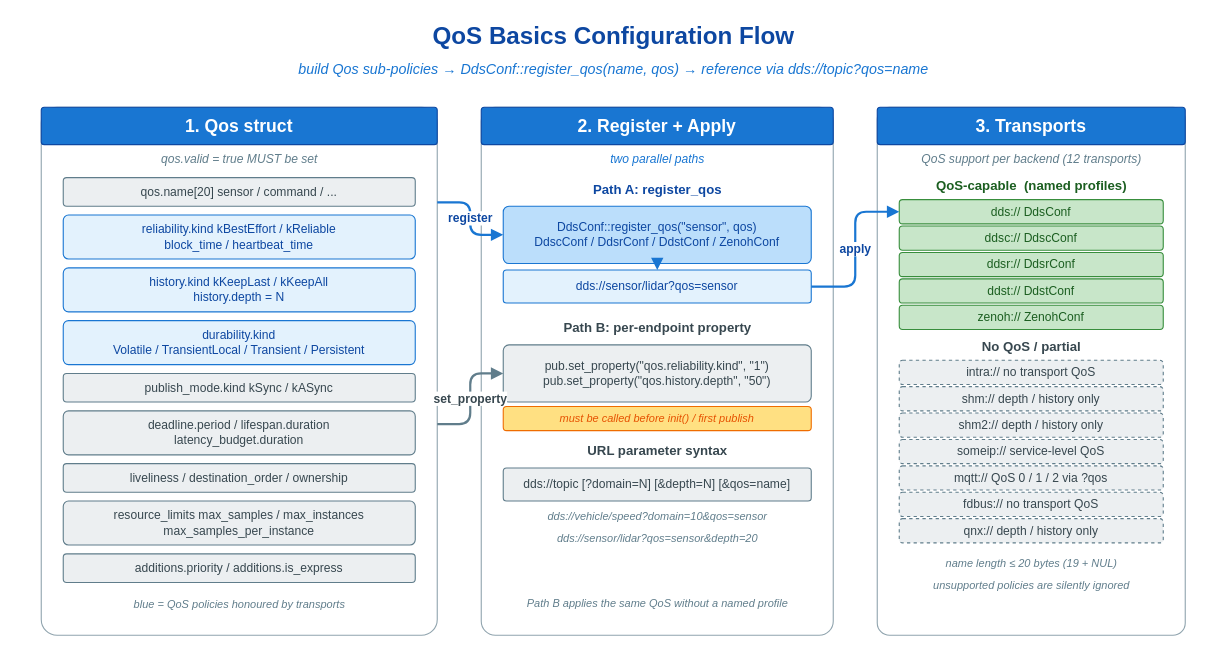
Earlier version of the draw.io diagram examples/qos/qos_basics/images/qos-basic-config.drawio (thun-res/vlink). Source tidied: cells renumbered, new cells numbered last; positions are measured from the earlier drawing's top-left corner, leaving out a move shared by most shapes. Both pictures are drawn from the tidied source at 110%, with x=0, y=0 at pixel (19, 19).
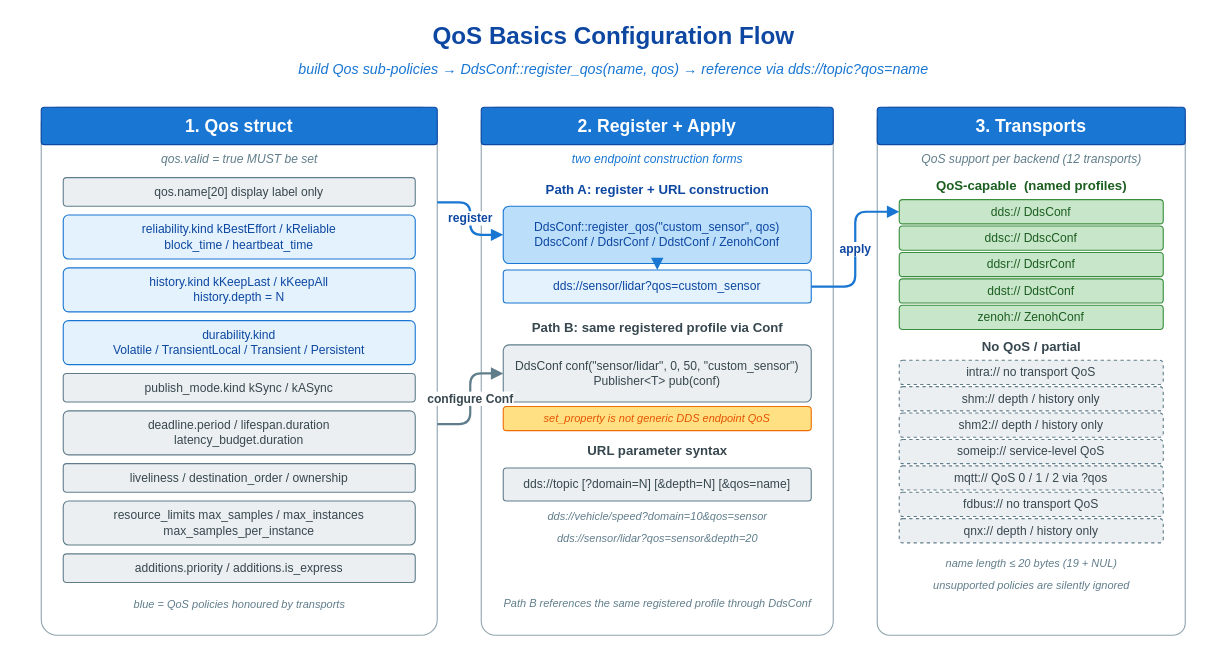
The same diagram, later.

Unchanged cells that the change refers to:
```xml
<mxCell id="4" style="rounded=1;whiteSpace=wrap;html=1;fillColor=#ffffff;strokeColor=#90a4ae;fontFamily=Helvetica;arcSize=4;shadow=0;" parent="1" vertex="1">
  <mxGeometry x="20" y="80" width="360" height="480" as="geometry" />
</mxCell>
```

Diff of the diagram source:
```diff
@@
-    <mxCell id="7" value="qos.name[20]   sensor / command / ..." style="rounded=1;whiteSpace=wrap;html=1;fillColor=#eceff1;strokeColor=#607d8b;fontFamily=Helvetica;fontSize=11;fontStyle=0;fontColor=#37474f;arcSize=12;shadow=0;" parent="1" vertex="1">
+    <mxCell id="7" value="qos.name[20]   display label only" style="rounded=1;whiteSpace=wrap;html=1;fillColor=#eceff1;strokeColor=#607d8b;fontFamily=Helvetica;fontSize=11;fontStyle=0;fontColor=#37474f;arcSize=12;shadow=0;" parent="1" vertex="1">
       <mxGeometry x="40" y="144" width="320" height="26" as="geometry" />
     </mxCell>
@@
-    <mxCell id="19" value="two parallel paths" style="text;html=1;align=center;verticalAlign=middle;strokeColor=none;fillColor=none;fontFamily=Helvetica;fontSize=11;fontStyle=2;fontColor=#1976d2;" parent="1" vertex="1">
+    <mxCell id="19" value="two endpoint construction forms" style="text;html=1;align=center;verticalAlign=middle;strokeColor=none;fillColor=none;fontFamily=Helvetica;fontSize=11;fontStyle=2;fontColor=#1976d2;" parent="1" vertex="1">
       <mxGeometry x="420" y="118" width="320" height="18" as="geometry" />
     </mxCell>
-    <mxCell id="20" value="Path A: register_qos" style="text;html=1;align=center;verticalAlign=middle;strokeColor=none;fillColor=none;fontFamily=Helvetica;fontSize=12;fontStyle=1;fontColor=#0d47a1;" parent="1" vertex="1">
+    <mxCell id="20" value="Path A: register + URL construction" style="text;html=1;align=center;verticalAlign=middle;strokeColor=none;fillColor=none;fontFamily=Helvetica;fontSize=12;fontStyle=1;fontColor=#0d47a1;" parent="1" vertex="1">
       <mxGeometry x="440" y="144" width="280" height="22" as="geometry" />
     </mxCell>
-    <mxCell id="21" value="DdsConf::register_qos(&quot;sensor&quot;, qos)&#10;DdscConf / DdsrConf / DdstConf / ZenohConf" style="rounded=1;whiteSpace=wrap;html=1;fillColor=#bbdefb;strokeColor=#1976d2;fontFamily=Helvetica;fontSize=11;fontStyle=0;fontColor=#0d47a1;arcSize=10;shadow=0;" parent="1" vertex="1">
+    <mxCell id="21" value="DdsConf::register_qos(&quot;custom_sensor&quot;, qos)&#10;DdscConf / DdsrConf / DdstConf / ZenohConf" style="rounded=1;whiteSpace=wrap;html=1;fillColor=#bbdefb;strokeColor=#1976d2;fontFamily=Helvetica;fontSize=11;fontStyle=0;fontColor=#0d47a1;arcSize=10;shadow=0;" parent="1" vertex="1">
       <mxGeometry x="440" y="170" width="280" height="52" as="geometry" />
     </mxCell>
-    <mxCell id="22" value="dds://sensor/lidar?qos=sensor" style="rounded=1;whiteSpace=wrap;html=1;fillColor=#e3f2fd;strokeColor=#1976d2;fontFamily=Helvetica;fontSize=11;fontStyle=0;fontColor=#0d47a1;arcSize=10;shadow=0;" parent="1" vertex="1">
+    <mxCell id="22" value="dds://sensor/lidar?qos=custom_sensor" style="rounded=1;whiteSpace=wrap;html=1;fillColor=#e3f2fd;strokeColor=#1976d2;fontFamily=Helvetica;fontSize=11;fontStyle=0;fontColor=#0d47a1;arcSize=10;shadow=0;" parent="1" vertex="1">
       <mxGeometry x="440" y="228" width="280" height="30" as="geometry" />
     </mxCell>
-    <mxCell id="23" value="Path B: per-endpoint property" style="text;html=1;align=center;verticalAlign=middle;strokeColor=none;fillColor=none;fontFamily=Helvetica;fontSize=12;fontStyle=1;fontColor=#37474f;" parent="1" vertex="1">
+    <mxCell id="23" value="Path B: same registered profile via Conf" style="text;html=1;align=center;verticalAlign=middle;strokeColor=none;fillColor=none;fontFamily=Helvetica;fontSize=12;fontStyle=1;fontColor=#37474f;" parent="1" vertex="1">
       <mxGeometry x="440" y="270" width="280" height="22" as="geometry" />
     </mxCell>
-    <mxCell id="24" value="pub.set_property(&quot;qos.reliability.kind&quot;, &quot;1&quot;)&#10;pub.set_property(&quot;qos.history.depth&quot;, &quot;50&quot;)" style="rounded=1;whiteSpace=wrap;html=1;fillColor=#eceff1;strokeColor=#607d8b;fontFamily=Helvetica;fontSize=11;fontStyle=0;fontColor=#37474f;arcSize=10;shadow=0;" parent="1" vertex="1">
+    <mxCell id="24" value="DdsConf conf(&quot;sensor/lidar&quot;, 0, 50, &quot;custom_sensor&quot;)&#10;Publisher&amp;lt;T&amp;gt; pub(conf)" style="rounded=1;whiteSpace=wrap;html=1;fillColor=#eceff1;strokeColor=#607d8b;fontFamily=Helvetica;fontSize=11;fontStyle=0;fontColor=#37474f;arcSize=10;shadow=0;" parent="1" vertex="1">
       <mxGeometry x="440" y="296" width="280" height="52" as="geometry" />
     </mxCell>
-    <mxCell id="25" value="must be called before init() / first publish" style="rounded=1;whiteSpace=wrap;html=1;fillColor=#ffe082;strokeColor=#ef6c00;fontFamily=Helvetica;fontSize=10;fontStyle=2;fontColor=#e65100;arcSize=14;shadow=0;" parent="1" vertex="1">
+    <mxCell id="25" value="set_property is not generic DDS endpoint QoS" style="rounded=1;whiteSpace=wrap;html=1;fillColor=#ffe082;strokeColor=#ef6c00;fontFamily=Helvetica;fontSize=10;fontStyle=2;fontColor=#e65100;arcSize=14;shadow=0;" parent="1" vertex="1">
       <mxGeometry x="440" y="352" width="280" height="22" as="geometry" />
     </mxCell>
@@
-    <mxCell id="30" value="Path B applies the same QoS without a named profile" style="text;html=1;align=center;verticalAlign=middle;strokeColor=none;fillColor=none;fontFamily=Helvetica;fontSize=10;fontStyle=2;fontColor=#607d8b;" parent="1" vertex="1">
+    <mxCell id="30" value="Path B references the same registered profile through DdsConf" style="text;html=1;align=center;verticalAlign=middle;strokeColor=none;fillColor=none;fontFamily=Helvetica;fontSize=10;fontStyle=2;fontColor=#607d8b;" parent="1" vertex="1">
       <mxGeometry x="440" y="520" width="280" height="22" as="geometry" />
     </mxCell>
@@
-    <mxCell id="51" value="set_property" style="endArrow=block;endFill=1;html=1;strokeWidth=2;strokeColor=#607d8b;fontFamily=Helvetica;fontSize=11;fontStyle=1;fontColor=#37474f;labelBackgroundColor=#ffffff;rounded=1;edgeStyle=orthogonalEdgeStyle;exitX=1;exitY=0.6;entryX=0;entryY=0.5;" parent="1" edge="1" source="4" target="24">
+    <mxCell id="51" value="configure Conf" style="endArrow=block;endFill=1;html=1;strokeWidth=2;strokeColor=#607d8b;fontFamily=Helvetica;fontSize=11;fontStyle=1;fontColor=#37474f;labelBackgroundColor=#ffffff;rounded=1;edgeStyle=orthogonalEdgeStyle;exitX=1;exitY=0.6;entryX=0;entryY=0.5;" parent="1" edge="1" source="4" target="24">
       <mxGeometry relative="1" as="geometry" />
     </mxCell>
```
